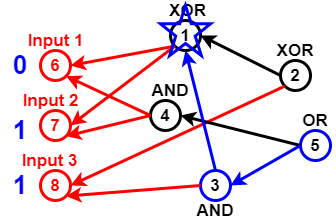
Earlier version of the draw.io export Untitled Diagram.png (sara1024/-CCF201412-2-Z-). Source tidied: cells renumbered, new cells last; positions are measured from the earlier drawing's top-left corner, leaving out a move shared by most shapes.
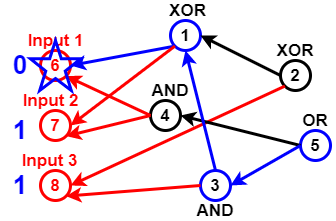
After the commit.

Diff of the diagram source:
```diff
@@ -11,10 +11,10 @@
     <mxCell id="4" value="8" style="ellipse;whiteSpace=wrap;html=1;strokeColor=#FF0000;strokeWidth=3;fillColor=none;fontSize=17;fontColor=#FF0000;fontStyle=1;" parent="1" vertex="1">
       <mxGeometry x="40" y="170" width="30" height="30" as="geometry" />
     </mxCell>
-    <mxCell id="5" value="1" style="ellipse;whiteSpace=wrap;html=1;strokeWidth=3;fillColor=none;fontSize=17;fontColor=#000000;fontStyle=1;" parent="1" vertex="1">
+    <mxCell id="5" value="1" style="ellipse;whiteSpace=wrap;html=1;strokeWidth=3;fillColor=none;fontSize=17;fontColor=#000000;fontStyle=1;strokeColor=#0000FF;" parent="1" vertex="1">
       <mxGeometry x="170" y="20" width="30" height="30" as="geometry" />
     </mxCell>
-    <mxCell id="6" style="endArrow=classic;html=1;fontSize=17;fontColor=#000000;strokeWidth=3;entryX=1;entryY=0.5;entryDx=0;entryDy=0;exitX=0;exitY=1;exitDx=0;exitDy=0;strokeColor=#FF0000;" parent="1" edge="1" source="5" target="2">
+    <mxCell id="6" style="endArrow=classic;html=1;fontSize=17;fontColor=#000000;strokeWidth=3;entryX=1;entryY=0.5;entryDx=0;entryDy=0;exitX=0;exitY=1;exitDx=0;exitDy=0;strokeColor=#0000FF;" parent="1" edge="1" source="5" target="2">
       <mxGeometry relative="1" as="geometry" />
     </mxCell>
     <mxCell id="7" style="endArrow=classic;html=1;strokeWidth=3;fontSize=17;fontColor=#000000;entryX=1;entryY=0.5;entryDx=0;entryDy=0;exitX=0;exitY=1;exitDx=0;exitDy=0;strokeColor=#FF0000;" parent="1" edge="1" source="5" target="3">
@@ -90,7 +90,7 @@
       <mxGeometry y="175" width="40" height="20" as="geometry" />
     </mxCell>
     <mxCell id="31" style="verticalLabelPosition=bottom;verticalAlign=top;html=1;shape=mxgraph.basic.star;strokeWidth=3;fillColor=none;gradientColor=none;fontSize=26;fontColor=#0000CC;strokeColor=#0000FF;" parent="1" vertex="1">
-      <mxGeometry x="160" y="5" width="50" height="50" as="geometry" />
+      <mxGeometry x="30" y="40" width="50" height="50" as="geometry" />
     </mxCell>
   </root>
 </mxGraphModel>
```
